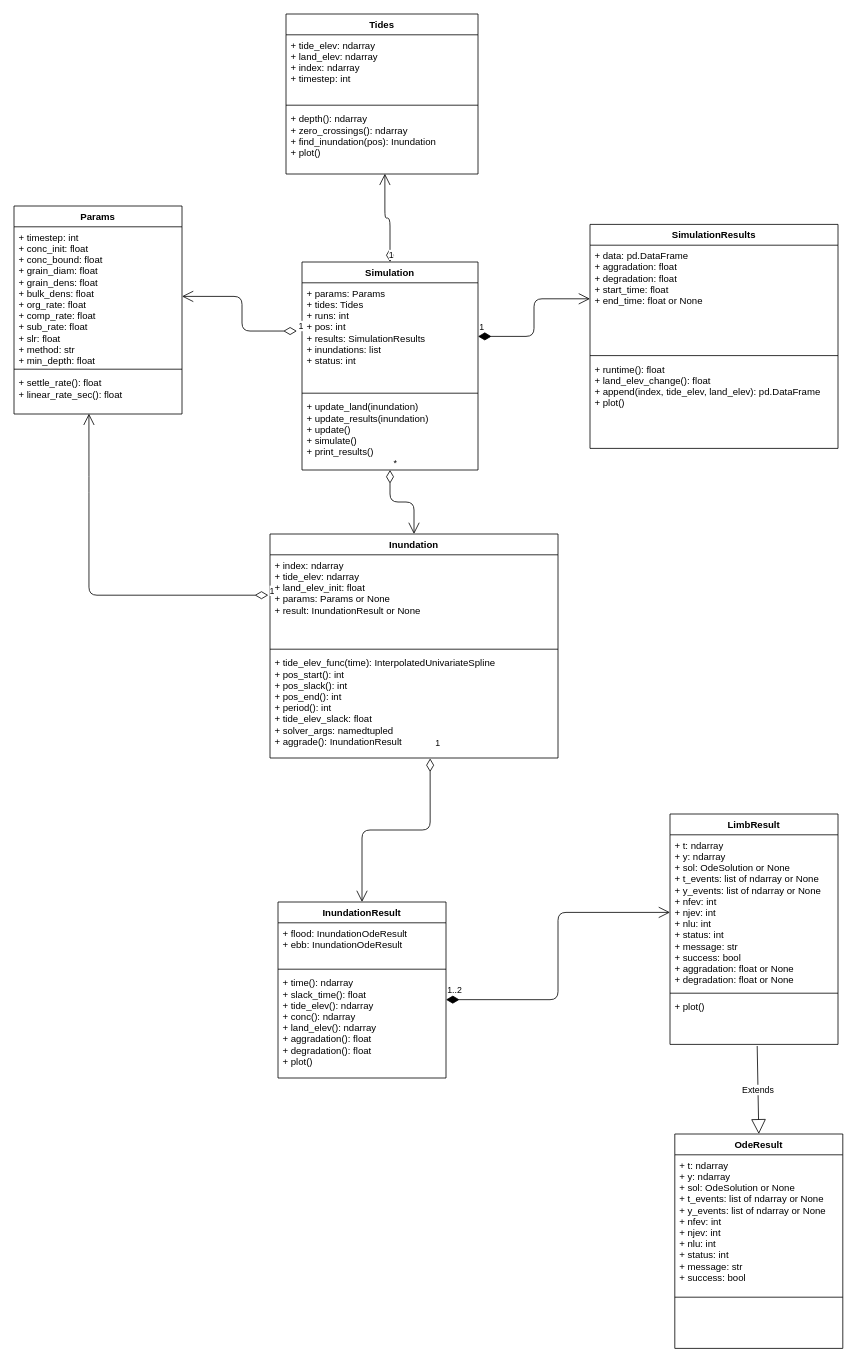
christasich/tidal_flat_0d keeps this draw.io diagram as docs/UML_Diagram.drawio. Above is the earlier version. Source tidied: cells renumbered, new cells numbered last; positions are measured from the earlier drawing's top-left corner, leaving out a move shared by most shapes. Both pictures are drawn from the tidied source at 80%, with x=0, y=0 at pixel (14, 14).
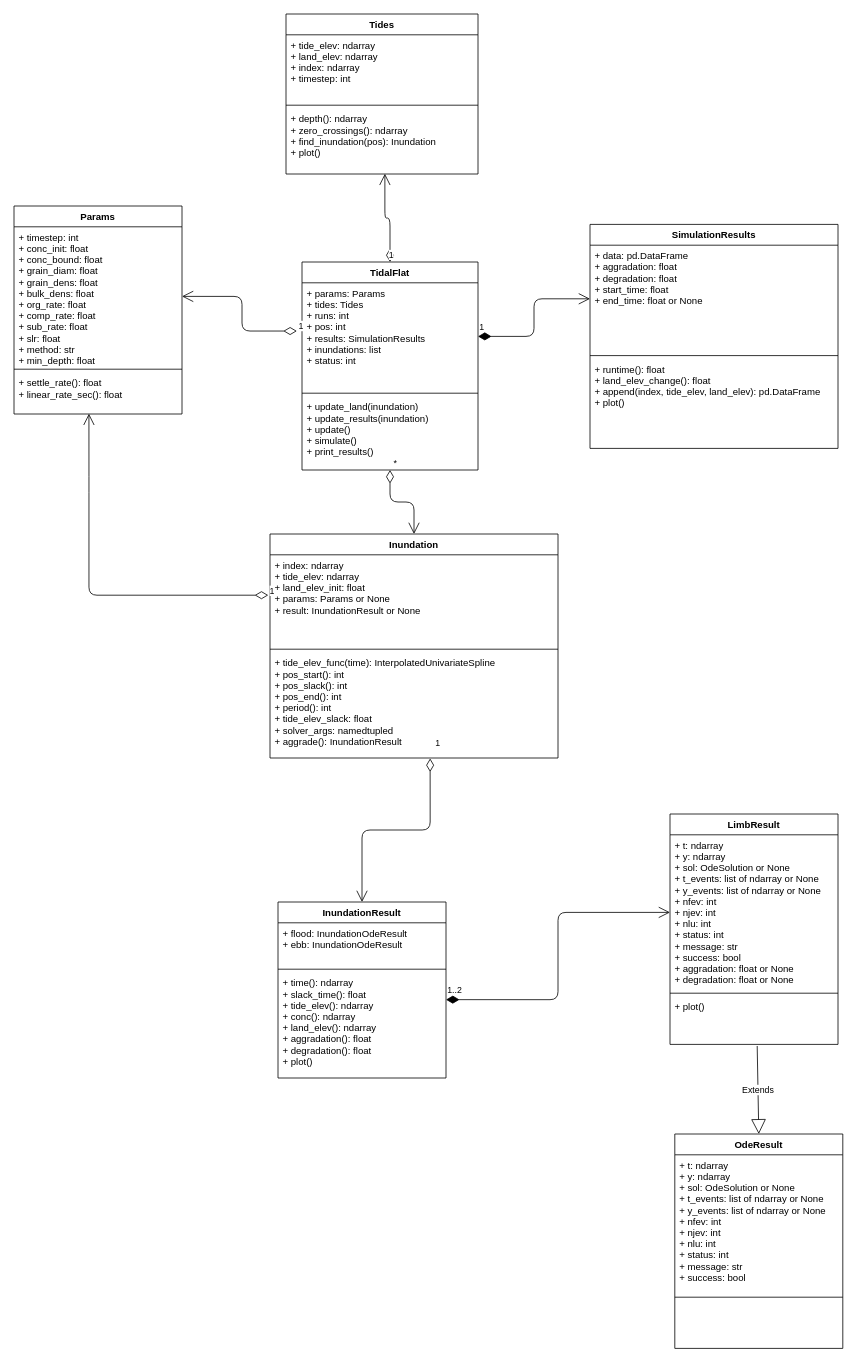
Above is the later version.

What changed in the source:
```diff
@@
-    <mxCell id="2" value="Simulation" style="swimlane;fontStyle=1;align=center;verticalAlign=top;horizontal=1;startSize=26;" parent="1" vertex="1">
+    <mxCell id="2" value="TidalFlat" style="swimlane;fontStyle=1;align=center;verticalAlign=top;horizontal=1;startSize=26;" parent="1" vertex="1">
       <mxGeometry x="360" y="310" width="220" height="260" as="geometry" />
     </mxCell>
```
